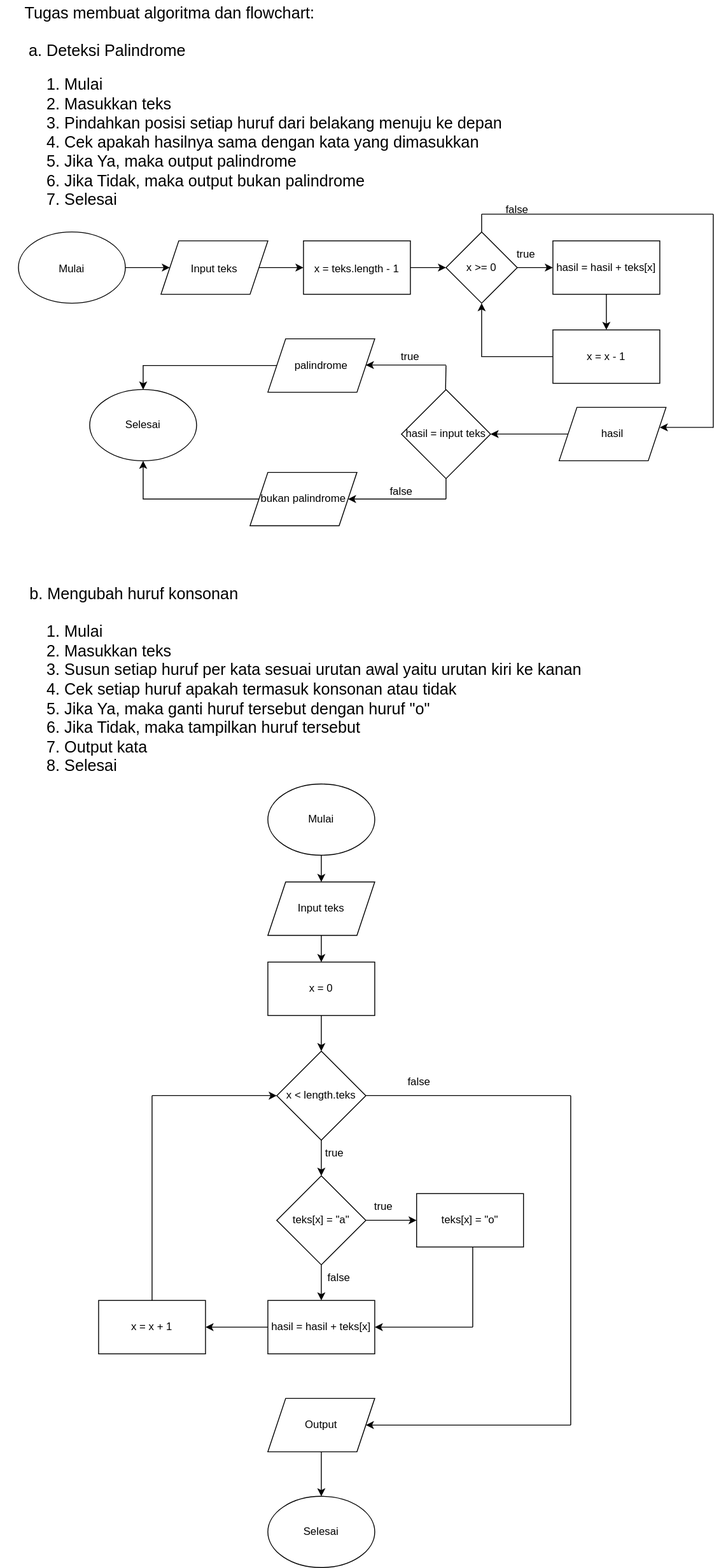
Before: algoritma dan flowchart.drawio.svg, a diagram exported from draw.io (mstkm/fw12-javascript1). Source tidied: cells renumbered, new cells last; positions are measured from the earlier drawing's top-left corner, leaving out a move shared by most shapes.
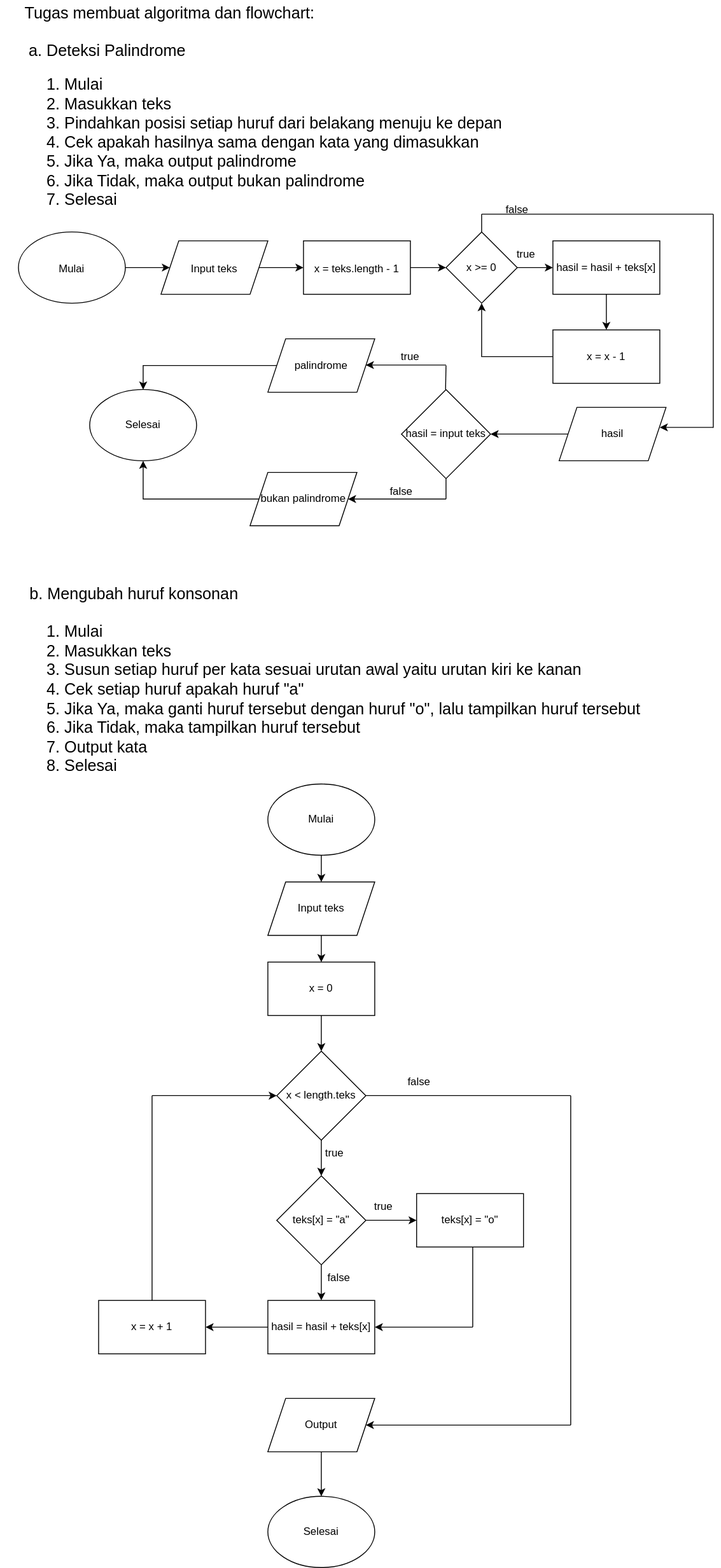
After the change.

The edit, as a diff of the source:
```diff
@@ -129,7 +129,7 @@
     <mxCell id="35" value="&lt;font style=&quot;font-size: 18px;&quot;&gt;b. Mengubah huruf konsonan&lt;/font&gt;" style="text;html=1;strokeColor=none;fillColor=none;align=center;verticalAlign=middle;whiteSpace=wrap;rounded=0;fontSize=24;" parent="1" vertex="1">
       <mxGeometry x="20" y="650" width="260" height="30" as="geometry" />
     </mxCell>
-    <mxCell id="36" value="1. Mulai&lt;br&gt;2. Masukkan teks&lt;br&gt;3. Susun setiap huruf per kata sesuai urutan awal yaitu urutan kiri ke kanan&lt;br&gt;4. Cek setiap huruf apakah termasuk konsonan atau tidak&lt;br&gt;5. Jika Ya, maka ganti huruf tersebut dengan huruf &quot;o&quot;&lt;br&gt;6. Jika Tidak, maka tampilkan huruf tersebut&lt;br&gt;7. Output kata&lt;br&gt;8. Selesai" style="text;html=1;strokeColor=none;fillColor=none;align=left;verticalAlign=middle;whiteSpace=wrap;rounded=0;fontSize=18;" parent="1" vertex="1">
+    <mxCell id="36" value="1. Mulai&lt;br&gt;2. Masukkan teks&lt;br&gt;3. Susun setiap huruf per kata sesuai urutan awal yaitu urutan kiri ke kanan&lt;br&gt;4. Cek setiap huruf apakah huruf &quot;a&quot;&lt;br&gt;5. Jika Ya, maka ganti huruf tersebut dengan huruf &quot;o&quot;, lalu tampilkan huruf tersebut&lt;br&gt;6. Jika Tidak, maka tampilkan huruf tersebut&lt;br&gt;7. Output kata&lt;br&gt;8. Selesai" style="text;html=1;strokeColor=none;fillColor=none;align=left;verticalAlign=middle;whiteSpace=wrap;rounded=0;fontSize=18;" parent="1" vertex="1">
       <mxGeometry x="50" y="690" width="710" height="190" as="geometry" />
     </mxCell>
     <mxCell id="37" style="edgeStyle=orthogonalEdgeStyle;rounded=0;jettySize=auto;html=1;" parent="1" edge="1" source="38" target="40">
```
